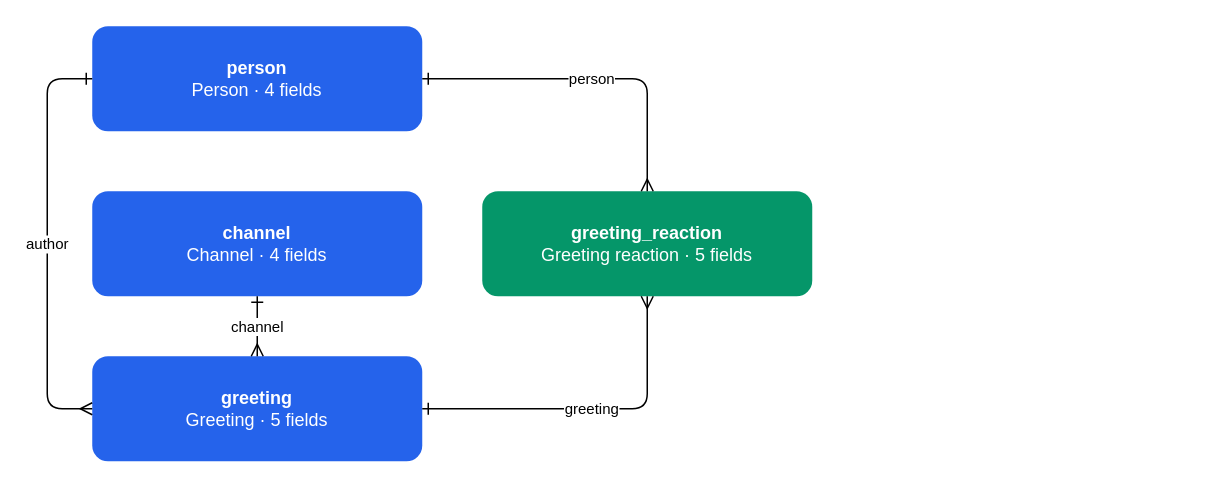
Before: openspec/data-model/generated/erd.drawio in einmalik1/helloworld, a draw.io diagram. Source tidied: cells renumbered, new cells numbered last; positions are measured from the earlier drawing's top-left corner, leaving out a move shared by most shapes. Both pictures are drawn from the tidied source at 150%, with x=0, y=0 at pixel (46, 26).
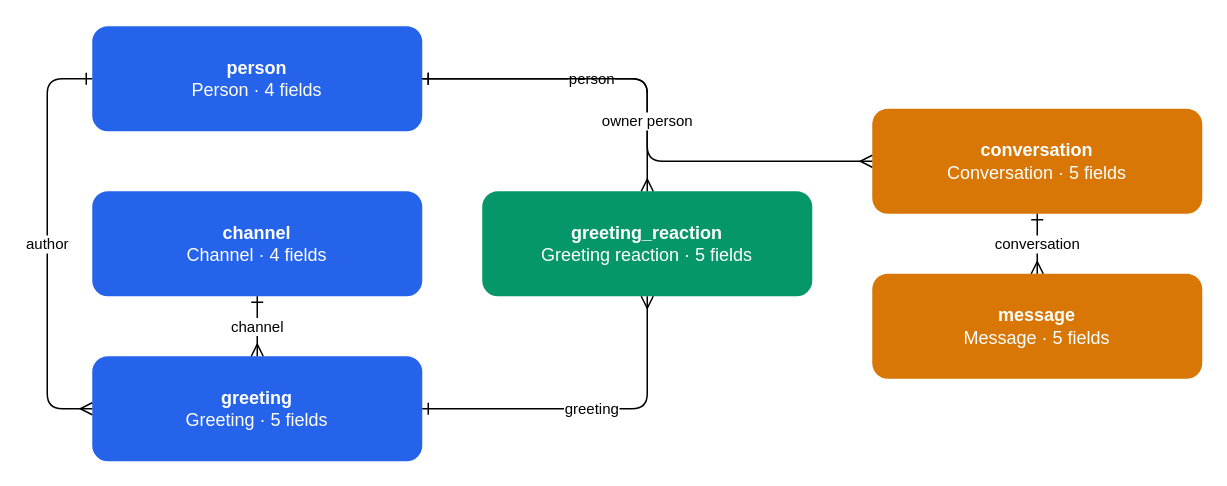
Above is the later version.

The edit, as a diff of the source:
```diff
@@
 <mxGraphModel>
   <root>
     <mxCell id="0" />
     <mxCell id="1" parent="0" />
     <mxCell id="2" value="&lt;b&gt;person&lt;/b&gt;&lt;br&gt;Person · 4 fields" style="rounded=1;whiteSpace=wrap;html=1;fillColor=#2563eb;fontColor=#ffffff;strokeColor=none;" parent="1" vertex="1">
       <mxGeometry x="30" width="220" height="70" as="geometry" />
     </mxCell>
     <mxCell id="3" value="&lt;b&gt;channel&lt;/b&gt;&lt;br&gt;Channel · 4 fields" style="rounded=1;whiteSpace=wrap;html=1;fillColor=#2563eb;fontColor=#ffffff;strokeColor=none;" parent="1" vertex="1">
       <mxGeometry x="30" y="110" width="220" height="70" as="geometry" />
     </mxCell>
     <mxCell id="4" value="&lt;b&gt;greeting&lt;/b&gt;&lt;br&gt;Greeting · 5 fields" style="rounded=1;whiteSpace=wrap;html=1;fillColor=#2563eb;fontColor=#ffffff;strokeColor=none;" parent="1" vertex="1">
       <mxGeometry x="30" y="220" width="220" height="70" as="geometry" />
     </mxCell>
     <mxCell id="5" value="&lt;b&gt;greeting_reaction&lt;/b&gt;&lt;br&gt;Greeting reaction · 5 fields" style="rounded=1;whiteSpace=wrap;html=1;fillColor=#059669;fontColor=#ffffff;strokeColor=none;" parent="1" vertex="1">
       <mxGeometry x="290" y="110" width="220" height="70" as="geometry" />
     </mxCell>
+    <mxCell id="10" value="&lt;b&gt;conversation&lt;/b&gt;&lt;br&gt;Conversation · 5 fields" style="rounded=1;whiteSpace=wrap;html=1;fillColor=#d97706;fontColor=#ffffff;strokeColor=none;" parent="1" vertex="1">
+      <mxGeometry x="550" y="55" width="220" height="70" as="geometry" />
+    </mxCell>
+    <mxCell id="11" value="&lt;b&gt;message&lt;/b&gt;&lt;br&gt;Message · 5 fields" style="rounded=1;whiteSpace=wrap;html=1;fillColor=#d97706;fontColor=#ffffff;strokeColor=none;" parent="1" vertex="1">
+      <mxGeometry x="550" y="165" width="220" height="70" as="geometry" />
+    </mxCell>
     <mxCell id="6" value="author" style="edgeStyle=orthogonalEdgeStyle;rounded=1;html=1;fontSize=10;labelBackgroundColor=#ffffff;startArrow=ERone;startFill=0;endArrow=ERmany;endFill=0;" parent="1" edge="1" source="2" target="4">
       <mxGeometry relative="1" as="geometry">
         <Array as="points">
           <mxPoint y="35" />
           <mxPoint y="255" />
         </Array>
       </mxGeometry>
     </mxCell>
     <mxCell id="7" value="channel" style="edgeStyle=orthogonalEdgeStyle;rounded=1;html=1;fontSize=10;labelBackgroundColor=#ffffff;startArrow=ERone;startFill=0;endArrow=ERmany;endFill=0;" parent="1" edge="1" source="3" target="4">
       <mxGeometry relative="1" as="geometry" />
     </mxCell>
     <mxCell id="8" value="greeting" style="edgeStyle=orthogonalEdgeStyle;rounded=1;html=1;fontSize=10;labelBackgroundColor=#ffffff;startArrow=ERone;startFill=0;endArrow=ERmany;endFill=0;" parent="1" edge="1" source="4" target="5">
       <mxGeometry relative="1" as="geometry" />
     </mxCell>
     <mxCell id="9" value="person" style="edgeStyle=orthogonalEdgeStyle;rounded=1;html=1;fontSize=10;labelBackgroundColor=#ffffff;startArrow=ERone;startFill=0;endArrow=ERmany;endFill=0;" parent="1" edge="1" source="2" target="5">
       <mxGeometry relative="1" as="geometry" />
     </mxCell>
+    <mxCell id="12" value="owner person" style="edgeStyle=orthogonalEdgeStyle;rounded=1;html=1;fontSize=10;labelBackgroundColor=#ffffff;startArrow=ERone;startFill=0;endArrow=ERmany;endFill=0;" parent="1" edge="1" source="2" target="10">
+      <mxGeometry relative="1" as="geometry" />
+    </mxCell>
+    <mxCell id="13" value="conversation" style="edgeStyle=orthogonalEdgeStyle;rounded=1;html=1;fontSize=10;labelBackgroundColor=#ffffff;startArrow=ERone;startFill=0;endArrow=ERmany;endFill=0;" parent="1" edge="1" source="10" target="11">
+      <mxGeometry relative="1" as="geometry" />
+    </mxCell>
   </root>
 </mxGraphModel>
```
